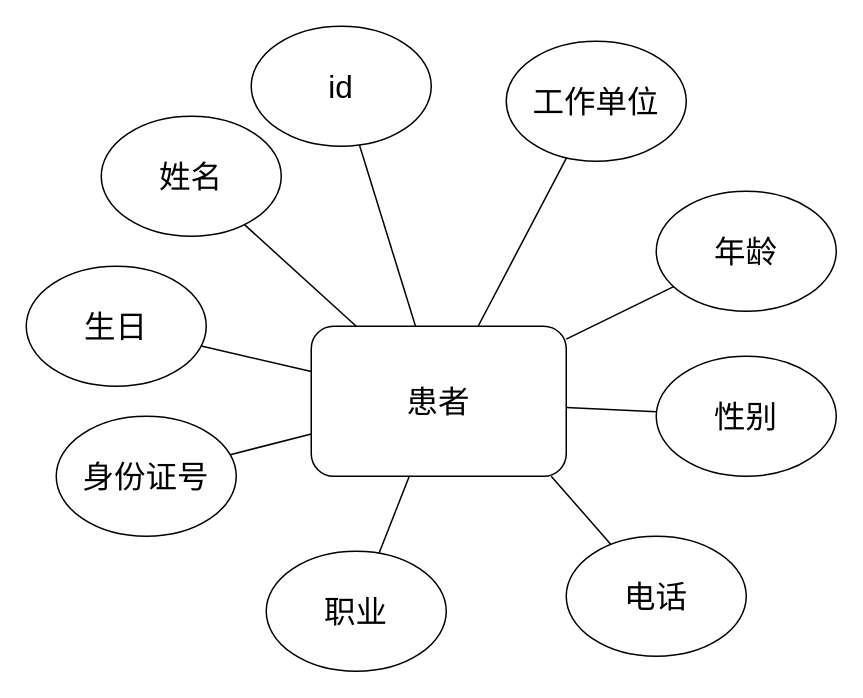
Above: page "第 2 页" (2 of 9) of 用例图/医疗信息系统E-R图.drawio in yansiro145/- (draw.io), before the change. Source tidied: cells renumbered, new cells numbered last; positions are measured from the earlier drawing's top-left corner, leaving out a move shared by most shapes. Both pictures are drawn from the tidied source at 150%, with x=0, y=0 at pixel (26, 26).
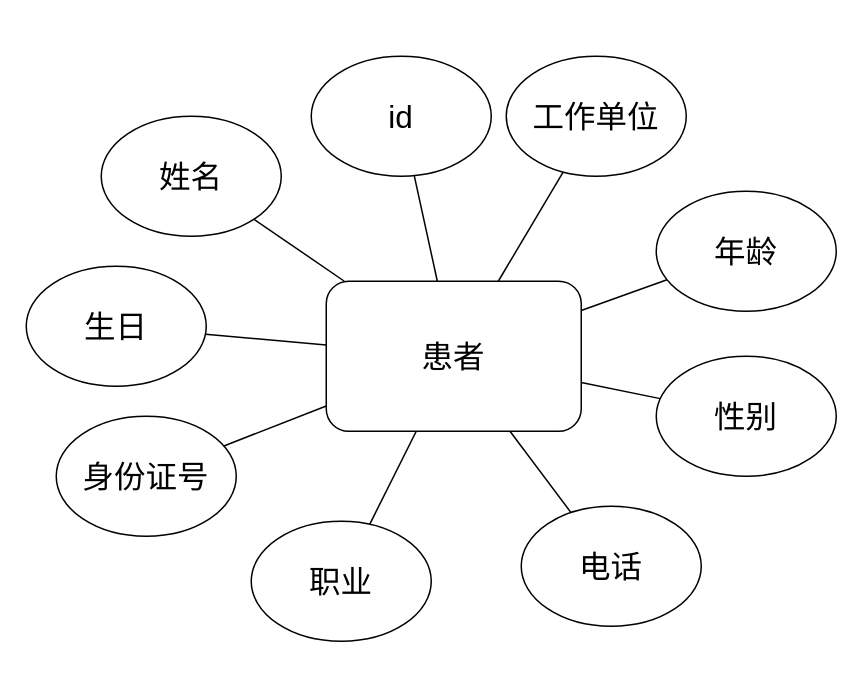
The same diagram, later.

What changed in the source:
```diff
@@
-    <mxCell id="4" style="jettySize=auto;html=1;fontFamily=Helvetica;fontSize=21;fontColor=default;endArrow=none;endFill=0;rounded=0;" parent="1" edge="1" target="16">
-      <mxGeometry relative="1" as="geometry">
-        <mxPoint x="350" y="300" as="sourcePoint" />
-      </mxGeometry>
+    <mxCell id="4" style="jettySize=auto;html=1;fontFamily=Helvetica;fontSize=21;fontColor=default;endArrow=none;endFill=0;rounded=0;" parent="1" edge="1" source="10" target="16">
+      <mxGeometry relative="1" as="geometry" />
     </mxCell>
@@
     <mxCell id="10" value="患者" style="rounded=1;whiteSpace=wrap;html=1;fontSize=21;labelBackgroundColor=default;endArrow=none;endFill=0;" parent="1" vertex="1">
-      <mxGeometry x="190" y="200" width="170" height="100" as="geometry" />
+      <mxGeometry x="200" y="170" width="170" height="100" as="geometry" />
     </mxCell>
     <mxCell id="11" value="&lt;font style=&quot;font-size: 21px;&quot;&gt;id&lt;/font&gt;" style="ellipse;whiteSpace=wrap;html=1;fontSize=21;labelBackgroundColor=default;endArrow=none;rounded=1;endFill=0;" parent="1" vertex="1">
-      <mxGeometry x="150" width="120" height="80" as="geometry" />
+      <mxGeometry x="190" y="20" width="120" height="80" as="geometry" />
     </mxCell>
@@
     <mxCell id="15" value="职业" style="ellipse;whiteSpace=wrap;html=1;fontSize=21;labelBackgroundColor=default;endArrow=none;rounded=1;endFill=0;" parent="1" vertex="1">
-      <mxGeometry x="160" y="350" width="120" height="80" as="geometry" />
+      <mxGeometry x="150" y="330" width="120" height="80" as="geometry" />
     </mxCell>
     <mxCell id="16" value="电话" style="ellipse;whiteSpace=wrap;html=1;fontSize=21;labelBackgroundColor=default;endArrow=none;rounded=1;endFill=0;" parent="1" vertex="1">
-      <mxGeometry x="360" y="340" width="120" height="80" as="geometry" />
+      <mxGeometry x="330" y="320" width="120" height="80" as="geometry" />
     </mxCell>
@@
     <mxCell id="19" value="工作单位" style="ellipse;whiteSpace=wrap;html=1;fontSize=21;labelBackgroundColor=default;endArrow=none;rounded=1;endFill=0;" parent="1" vertex="1">
-      <mxGeometry x="320" y="10" width="120" height="80" as="geometry" />
+      <mxGeometry x="320" y="20" width="120" height="80" as="geometry" />
     </mxCell>
```
